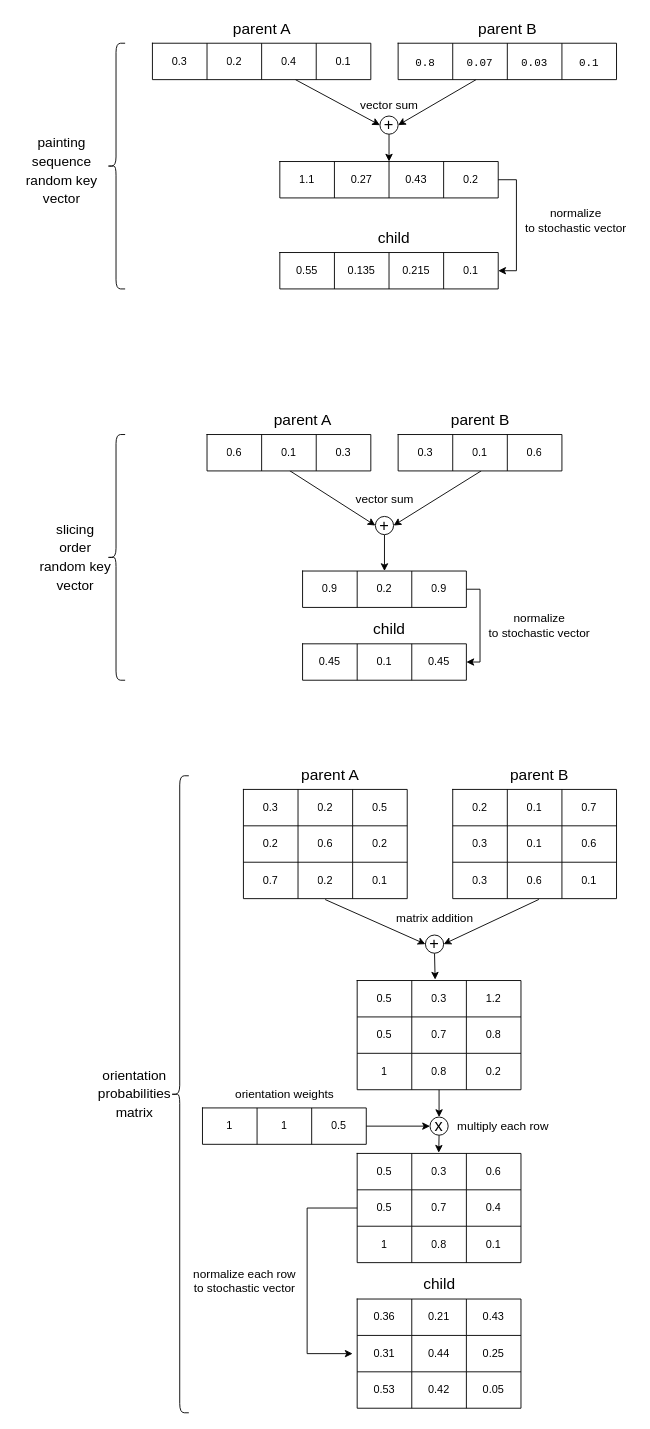
TaIos/master-thesis keeps this draw.io diagram as src/thesis/figures/crossover.drawio. Above is the earlier version. Source tidied: cells renumbered, new cells numbered last; positions are measured from the earlier drawing's top-left corner, leaving out a move shared by most shapes. Both pictures are drawn from the tidied source at 91%, with x=0, y=0 at pixel (15, 15).
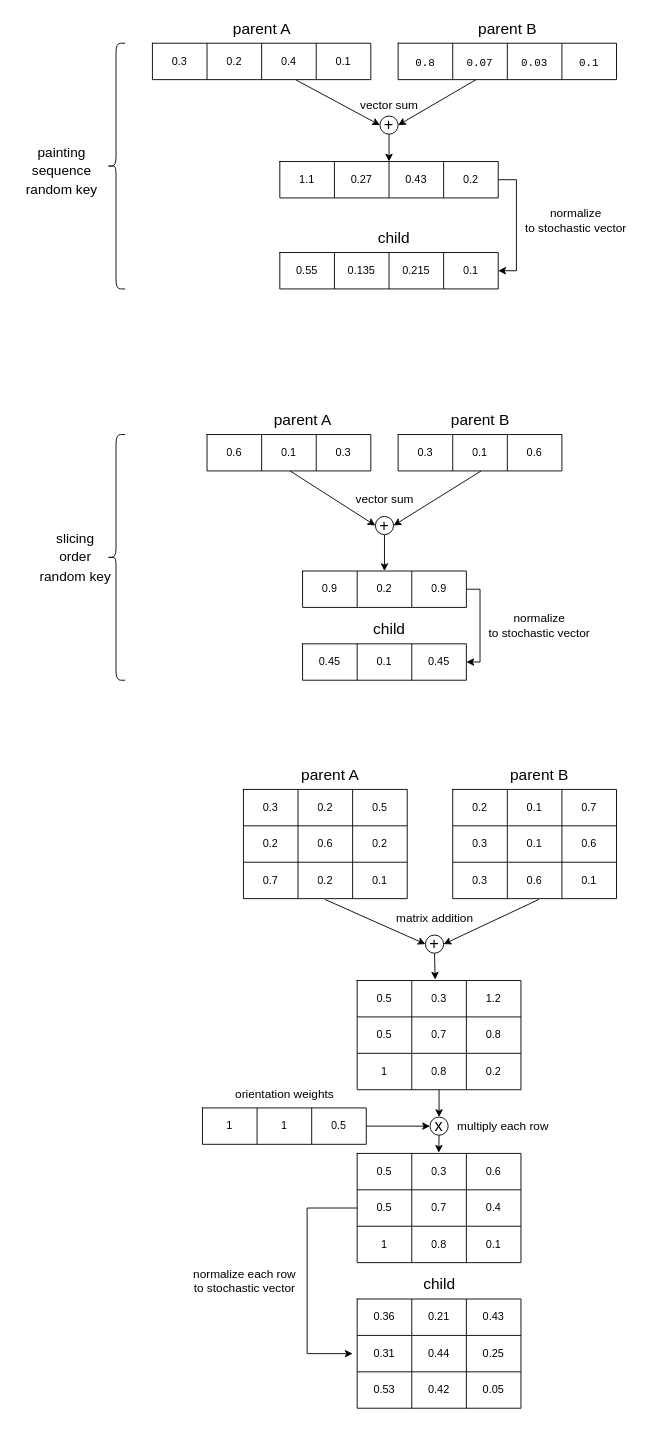
The same page after the edit.

The edit, as a diff of the source:
```diff
@@
-    <mxCell id="80" value="&lt;font style=&quot;font-size: 15px;&quot;&gt;painting&lt;br&gt;sequence&lt;br&gt;random key&lt;br&gt;vector&lt;br&gt;&lt;/font&gt;" style="text;html=1;align=center;verticalAlign=middle;strokeColor=none;fillColor=none;fontSize=17;fontFamily=Helvetica;fontColor=default;" parent="1" vertex="1">
-      <mxGeometry y="120" width="100" height="100" as="geometry" />
+    <mxCell id="80" value="&lt;font style=&quot;font-size: 15px;&quot;&gt;painting&lt;br&gt;sequence&lt;br&gt;random key&lt;br&gt;&lt;/font&gt;" style="text;html=1;align=center;verticalAlign=middle;strokeColor=none;fillColor=none;fontSize=17;fontFamily=Helvetica;fontColor=default;" parent="1" vertex="1">
+      <mxGeometry y="135" width="100" height="70" as="geometry" />
     </mxCell>
@@
-    <mxCell id="102" value="&lt;font style=&quot;font-size: 15px;&quot;&gt;slicing&lt;br&gt;order&lt;br&gt;random key&lt;br&gt;vector&lt;br&gt;&lt;/font&gt;" style="text;html=1;align=center;verticalAlign=middle;strokeColor=none;fillColor=none;fontSize=17;fontFamily=Helvetica;fontColor=default;" parent="1" vertex="1">
-      <mxGeometry x="15" y="545" width="100" height="100" as="geometry" />
+    <mxCell id="102" value="&lt;font style=&quot;font-size: 15px;&quot;&gt;slicing&lt;br&gt;order&lt;br&gt;random key&lt;br&gt;&lt;/font&gt;" style="text;html=1;align=center;verticalAlign=middle;strokeColor=none;fillColor=none;fontSize=17;fontFamily=Helvetica;fontColor=default;" parent="1" vertex="1">
+      <mxGeometry x="15" y="560" width="100" height="70" as="geometry" />
     </mxCell>
-    <mxCell id="103" style="shape=curlyBracket;whiteSpace=wrap;html=1;rounded=1;labelPosition=left;verticalLabelPosition=middle;align=right;verticalAlign=middle;fontFamily=Helvetica;fontSize=17;fontColor=default;" parent="1" vertex="1">
-      <mxGeometry x="170" y="835" width="20" height="700" as="geometry" />
-    </mxCell>
-    <mxCell id="104" value="&lt;font style=&quot;font-size: 15px;&quot;&gt;orientation&lt;br&gt;probabilities&lt;br&gt;matrix&lt;br&gt;&lt;/font&gt;" style="text;html=1;align=center;verticalAlign=middle;strokeColor=none;fillColor=none;fontSize=17;fontFamily=Helvetica;fontColor=default;" parent="1" vertex="1">
-      <mxGeometry x="80" y="1150" width="100" height="70" as="geometry" />
-    </mxCell>
```
